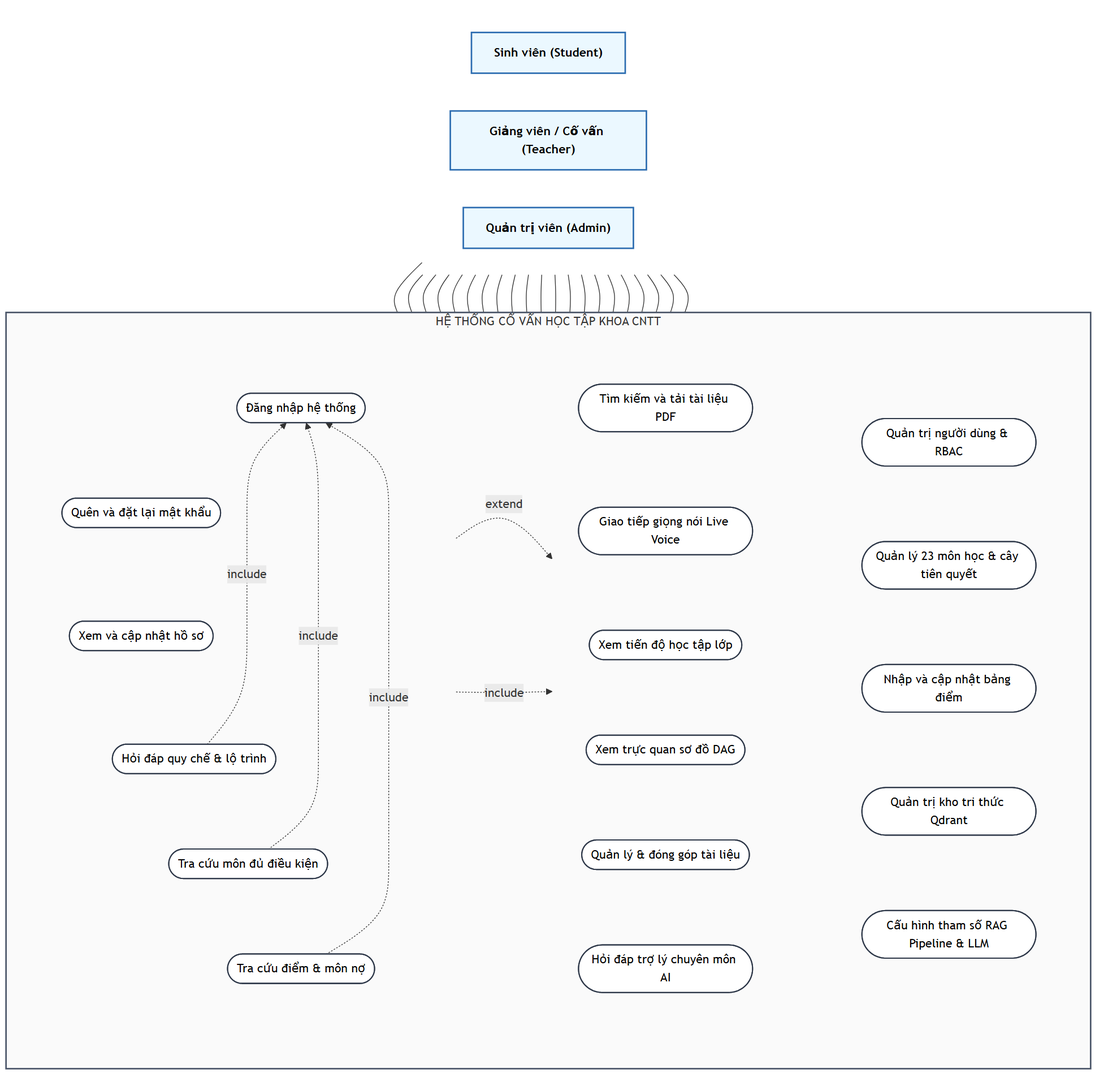
hoclaptrinh33/it_student_chatbot keeps this Mermaid diagram as Report/image/so_do_usecase_he_thong.png. Above is the earlier version. Its source is kept beside it as Report/diagrams/so_do_usecase_he_thong.mmd.
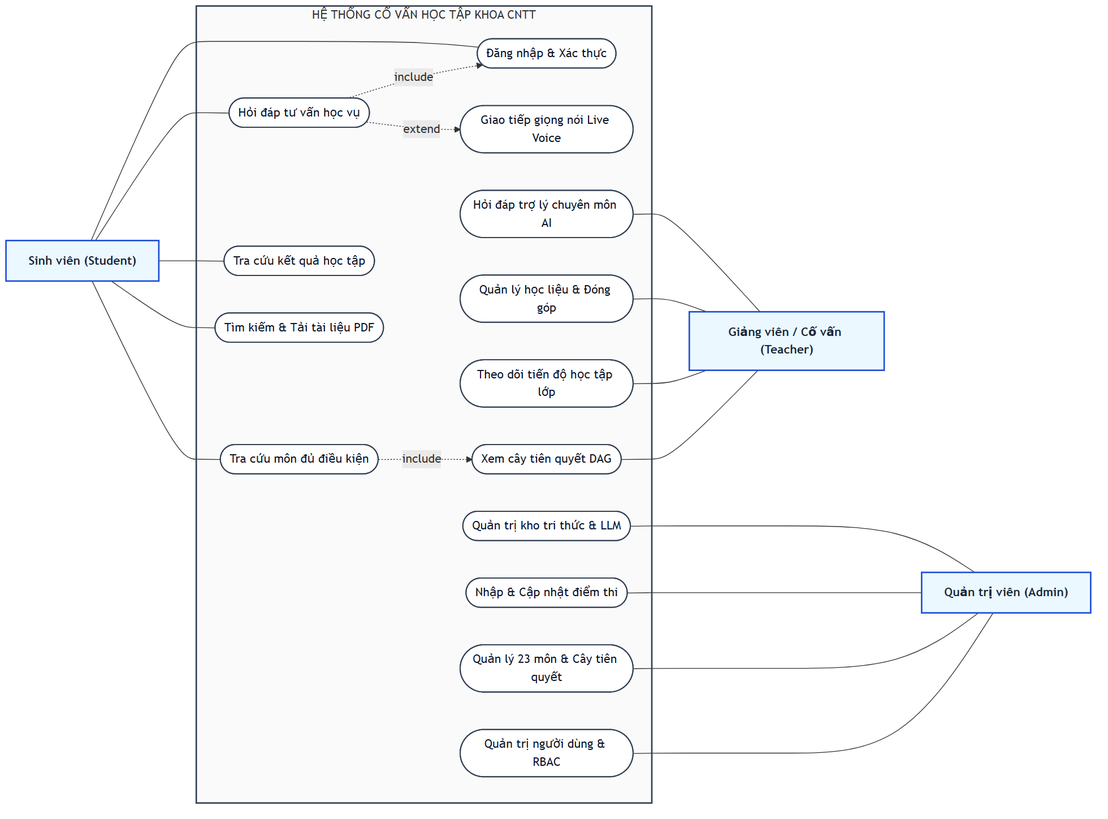
The same file after the commit.

Diff of the diagram source:
```diff
@@ -1,86 +1,52 @@
-flowchart TB
-    subgraph ACTORS [" "]
-        direction LR
-        SV["Sinh viên (Student)"]
-        GV["Giảng viên / Cố vấn (Teacher)"]
-        AD["Quản trị viên (Admin)"]
+flowchart LR
+    SV["Sinh viên (Student)"]
+
+    subgraph SYSTEM ["HỆ THỐNG CỐ VẤN HỌC TẬP KHOA CNTT"]
+        UC1(["Đăng nhập & Xác thực"])
+        UC2(["Hỏi đáp tư vấn học vụ"])
+        UC3(["Giao tiếp giọng nói Live Voice"])
+        UC4(["Tra cứu môn đủ điều kiện"])
+        UC5(["Xem cây tiên quyết DAG"])
+        UC6(["Tra cứu kết quả học tập"])
+        UC7(["Tìm kiếm & Tải tài liệu PDF"])
+
+        UC8(["Theo dõi tiến độ học tập lớp"])
+        UC9(["Quản lý học liệu & Đóng góp"])
+        UC10(["Hỏi đáp trợ lý chuyên môn AI"])
+
+        UC11(["Quản trị người dùng & RBAC"])
+        UC12(["Quản lý 23 môn & Cây tiên quyết"])
+        UC13(["Nhập & Cập nhật điểm thi"])
+        UC14(["Quản trị kho tri thức & LLM"])
     end
 
-    subgraph SYSTEM ["HỆ THỐNG CỐ VẤN HỌC TẬP KHOA CNTT"]
-        direction LR
+    GV["Giảng viên / Cố vấn (Teacher)"]
+    AD["Quản trị viên (Admin)"]
 
-        subgraph COL1 [" "]
-            direction TB
-            UC1(["Đăng nhập hệ thống"])
-            UC2(["Quên và đặt lại mật khẩu"])
-            UC3(["Xem và cập nhật hồ sơ"])
-            UC4(["Hỏi đáp quy chế & lộ trình"])
-            UC5(["Tra cứu môn đủ điều kiện"])
-            UC6(["Tra cứu điểm & môn nợ"])
-        end
-
-        subgraph COL2 [" "]
-            direction TB
-            UC7(["Tìm kiếm và tải tài liệu PDF"])
-            UC8(["Giao tiếp giọng nói Live Voice"])
-            UC9(["Xem tiến độ học tập lớp"])
-            UC10(["Xem trực quan sơ đồ DAG"])
-            UC11(["Quản lý & đóng góp tài liệu"])
-            UC12(["Hỏi đáp trợ lý chuyên môn AI"])
-        end
-
-        subgraph COL3 [" "]
-            direction TB
-            UC13(["Quản trị người dùng & RBAC"])
-            UC14(["Quản lý 23 môn học & cây tiên quyết"])
-            UC15(["Nhập và cập nhật bảng điểm"])
-            UC16(["Quản trị kho tri thức Qdrant"])
-            UC17(["Cấu hình tham số RAG Pipeline & LLM"])
-        end
-    end
-
-    UC1 ~~~ UC2 ~~~ UC3 ~~~ UC4 ~~~ UC5 ~~~ UC6
-    UC7 ~~~ UC8 ~~~ UC9 ~~~ UC10 ~~~ UC11 ~~~ UC12
-    UC13 ~~~ UC14 ~~~ UC15 ~~~ UC16 ~~~ UC17
-    COL1 ~~~ COL2 ~~~ COL3
-    ACTORS ~~~ SYSTEM
-
-    UC4 -.->|"include"| UC1
-    UC5 -.->|"include"| UC1
-    UC6 -.->|"include"| UC1
-    UC4 -.->|"extend"| UC8
-    UC4 -.->|"include"| UC7
+    UC2 -.->|extend| UC3
+    UC4 -.->|include| UC5
+    UC2 -.->|include| UC1
 
     SV --- UC1
     SV --- UC2
-    SV --- UC3
     SV --- UC4
-    SV --- UC5
     SV --- UC6
     SV --- UC7
-    SV --- UC8
 
-    GV --- UC1
-    GV --- UC3
-    GV --- UC9
-    GV --- UC10
-    GV --- UC11
-    GV --- UC12
+    UC5 --- GV
+    UC8 --- GV
+    UC9 --- GV
+    UC10 --- GV
 
-    AD --- UC1
-    AD --- UC3
-    AD --- UC13
-    AD --- UC14
-    AD --- UC15
-    AD --- UC16
-    AD --- UC17
+    UC11 --- AD
+    UC12 --- AD
+    UC13 --- AD
+    UC14 --- AD
 
-    style ACTORS fill:none,stroke:none;
-    style COL1 fill:none,stroke:none;
-    style COL2 fill:none,stroke:none;
-    style COL3 fill:none,stroke:none;
-    classDef actorStyle fill:#EBF8FF,stroke:#2B6CB0,stroke-width:2px,font-weight:bold,color:#000000;
-    classDef ucStyle fill:#FFFFFF,stroke:#2D3748,stroke-width:1.5px,color:#000000;
-    style SYSTEM stroke:#4A5568,stroke-width:2px,fill:#FAFAFA;
+    GV ~~~ AD
+
+    style SYSTEM fill:#FAFAFA,stroke:#334155,stroke-width:2px;
+    classDef actorStyle fill:#EBF8FF,stroke:#1D4ED8,stroke-width:2px,font-weight:bold,color:#1E293B;
+    classDef ucStyle fill:#FFFFFF,stroke:#334155,stroke-width:1.5px,color:#0F172A;
     class SV,GV,AD actorStyle;
-    class UC1,UC2,UC3,UC4,UC5,UC6,UC7,UC8,UC9,UC10,UC11,UC12,UC13,UC14,UC15,UC16,UC17 ucStyle;
+    class UC1,UC2,UC3,UC4,UC5,UC6,UC7,UC8,UC9,UC10,UC11,UC12,UC13,UC14 ucStyle;
```
